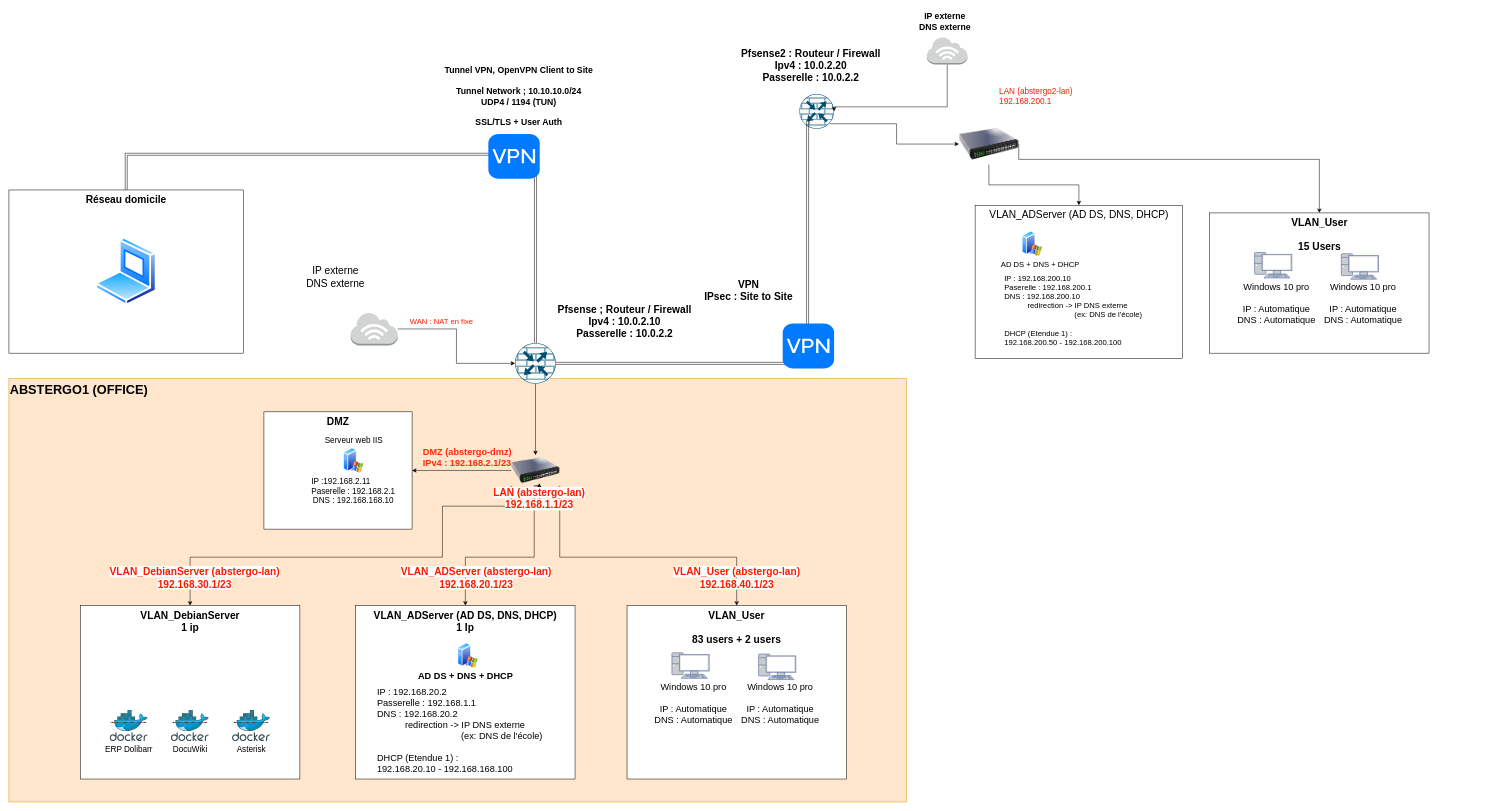
Before: New Network Architecture Abstergo.drawio in CharifMah/AbstergoAnimus, a draw.io diagram. Source tidied: cells renumbered, new cells numbered last; positions are measured from the earlier drawing's top-left corner, leaving out a move shared by most shapes. Both pictures are drawn from the tidied source at 51%, with x=0, y=0 at pixel (9, 9).
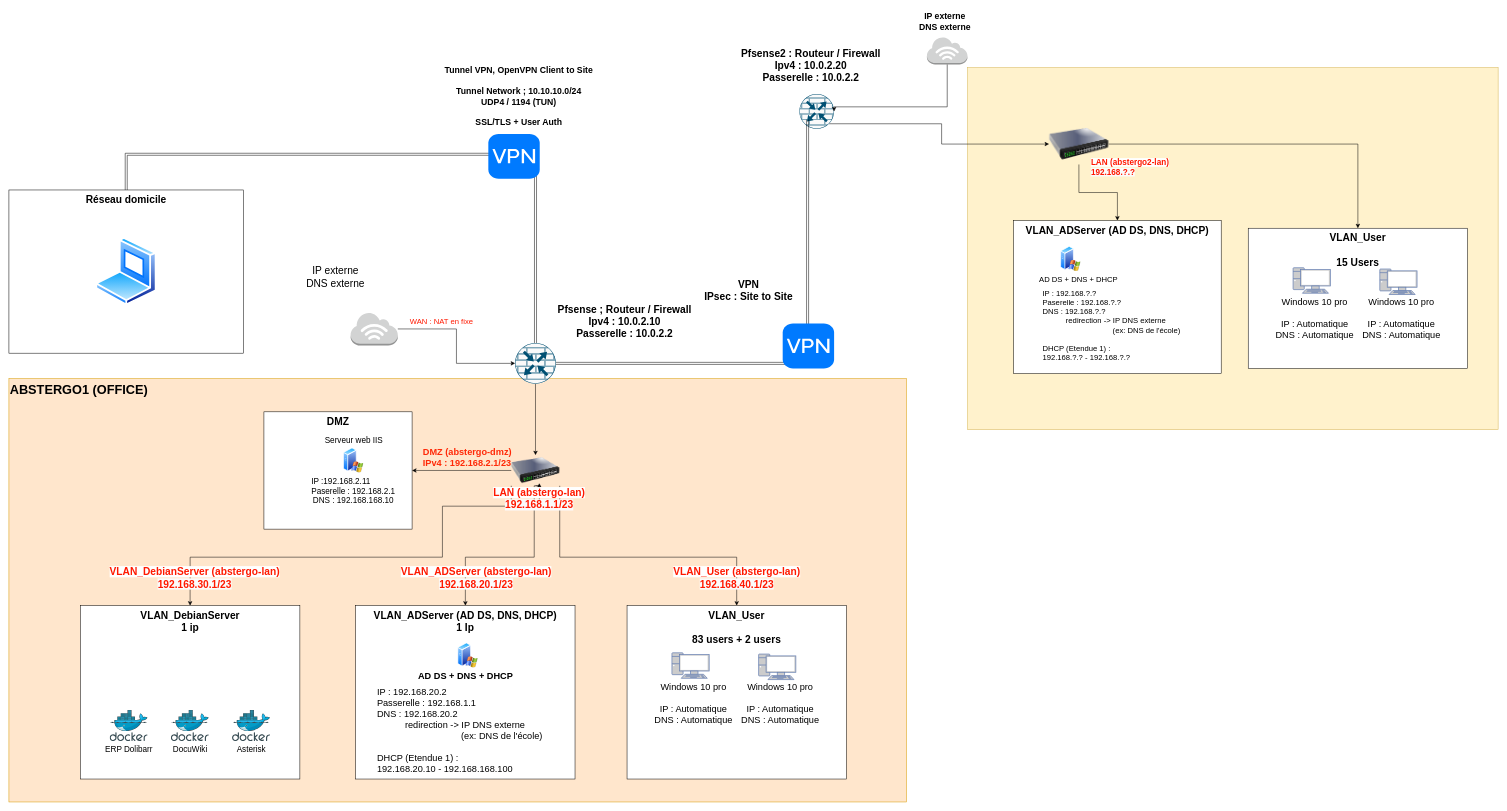
The same diagram, later.

Commit message (it also covers changes not shown here):
Mettre à jour New Network Architecture Abstergo.drawio

The edit, as a diff of the source:
```diff
@@
+    <mxCell id="65" style="rounded=0;whiteSpace=wrap;html=1;fillColor=#fff2cc;strokeColor=#d6b656;" parent="1" vertex="1">
+      <mxGeometry x="1879.5" y="115" width="1040.5" height="710" as="geometry" />
+    </mxCell>
-    <mxCell id="2" value="VLAN_ADServer (AD DS, DNS, DHCP)" style="rounded=0;whiteSpace=wrap;html=1;verticalAlign=top;fontSize=20;" parent="1" vertex="1">
-      <mxGeometry x="1894.5" y="385" width="407" height="300" as="geometry" />
+    <mxCell id="2" value="&lt;b&gt;VLAN_ADServer (AD DS, DNS, DHCP)&lt;/b&gt;" style="rounded=0;whiteSpace=wrap;html=1;verticalAlign=top;fontSize=20;" parent="1" vertex="1">
+      <mxGeometry x="1970" y="415" width="407" height="300" as="geometry" />
     </mxCell>
@@
-    <mxCell id="31" style="edgeStyle=orthogonalEdgeStyle;rounded=0;jettySize=auto;html=1;exitX=1;exitY=0.5;exitDx=0;exitDy=0;entryX=0.5;entryY=0;entryDx=0;entryDy=0;" parent="1" edge="1" source="32" target="60">
-      <mxGeometry relative="1" as="geometry">
-        <Array as="points">
-          <mxPoint x="1980" y="295" />
-          <mxPoint x="2570" y="295" />
-        </Array>
-      </mxGeometry>
+    <mxCell id="31" style="edgeStyle=orthogonalEdgeStyle;rounded=0;jettySize=auto;html=1;entryX=0.5;entryY=0;entryDx=0;entryDy=0;" parent="1" edge="1" source="32" target="60">
+      <mxGeometry relative="1" as="geometry" />
     </mxCell>
     <mxCell id="32" style="image;html=1;image=img/lib/clip_art/networking/Switch_128x128.png;" parent="1" vertex="1">
-      <mxGeometry x="1863" y="225" width="117" height="80" as="geometry" />
+      <mxGeometry x="2039.5" y="225" width="117" height="80" as="geometry" />
     </mxCell>
     <mxCell id="33" style="image;perimeter=ellipsePerimeter;html=1;align=center;shadow=0;dashed=0;spacingTop=3;image=img/lib/active_directory/windows_server_2.svg;fontSize=15;" parent="1" vertex="1">
-      <mxGeometry x="1986.5" y="435" width="40" height="50" as="geometry" />
+      <mxGeometry x="2062" y="465" width="40" height="50" as="geometry" />
     </mxCell>
     <mxCell id="34" value="AD DS + DNS + DHCP&lt;br style=&quot;font-size: 15px;&quot;&gt;" style="text;html=1;align=center;verticalAlign=middle;strokeColor=none;fillColor=none;fontSize=15;" parent="1" vertex="1">
-      <mxGeometry x="1931.5" y="485" width="180" height="30" as="geometry" />
+      <mxGeometry x="2007" y="515" width="180" height="30" as="geometry" />
     </mxCell>
-    <mxCell id="35" value="IP : 192.168.200.10&lt;br style=&quot;font-size: 15px;&quot;&gt;Paserelle : 192.168.200.1&lt;br style=&quot;font-size: 15px;&quot;&gt;DNS : 192.168.200.10&lt;br style=&quot;font-size: 15px;&quot;&gt;&amp;nbsp; &amp;nbsp; &amp;nbsp; &amp;nbsp; &amp;nbsp; &amp;nbsp;redirection -&amp;gt; IP DNS externe&lt;br style=&quot;font-size: 15px;&quot;&gt;&amp;nbsp; &amp;nbsp; &amp;nbsp; &amp;nbsp; &amp;nbsp; &amp;nbsp; &amp;nbsp; &amp;nbsp; &amp;nbsp; &amp;nbsp; &amp;nbsp; &amp;nbsp; &amp;nbsp; &amp;nbsp; &amp;nbsp; &amp;nbsp; &amp;nbsp;(ex: DNS de l'école)&lt;br style=&quot;font-size: 15px;&quot;&gt;&lt;br style=&quot;font-size: 15px;&quot;&gt;DHCP (Etendue 1) :&lt;br style=&quot;font-size: 15px;&quot;&gt;192.168.200.50 - 192.168.200.100" style="text;html=1;align=left;verticalAlign=middle;strokeColor=none;fillColor=none;fontSize=15;" parent="1" vertex="1">
-      <mxGeometry x="1949.5" y="510" width="290" height="160" as="geometry" />
+    <mxCell id="35" value="IP : 192.168.?.?&lt;br style=&quot;font-size: 15px;&quot;&gt;Paserelle : 192.168.?.?&lt;br style=&quot;font-size: 15px;&quot;&gt;DNS : 192.168.?.?&lt;br style=&quot;font-size: 15px;&quot;&gt;&amp;nbsp; &amp;nbsp; &amp;nbsp; &amp;nbsp; &amp;nbsp; &amp;nbsp;redirection -&amp;gt; IP DNS externe&lt;br style=&quot;font-size: 15px;&quot;&gt;&amp;nbsp; &amp;nbsp; &amp;nbsp; &amp;nbsp; &amp;nbsp; &amp;nbsp; &amp;nbsp; &amp;nbsp; &amp;nbsp; &amp;nbsp; &amp;nbsp; &amp;nbsp; &amp;nbsp; &amp;nbsp; &amp;nbsp; &amp;nbsp; &amp;nbsp;(ex: DNS de l'école)&lt;br style=&quot;font-size: 15px;&quot;&gt;&lt;br style=&quot;font-size: 15px;&quot;&gt;DHCP (Etendue 1) :&lt;br style=&quot;font-size: 15px;&quot;&gt;192.168.?.? - 192.168.?.?" style="text;html=1;align=left;verticalAlign=middle;strokeColor=none;fillColor=none;fontSize=15;" parent="1" vertex="1">
+      <mxGeometry x="2025" y="540" width="290" height="160" as="geometry" />
     </mxCell>
-    <mxCell id="36" value="&lt;font style=&quot;font-size: 16px;&quot; color=&quot;#ff1900&quot;&gt;&lt;span style=&quot;font-family: Helvetica; font-style: normal; font-variant-ligatures: normal; font-variant-caps: normal; font-weight: 400; letter-spacing: normal; orphans: 2; text-align: center; text-indent: 0px; text-transform: none; widows: 2; word-spacing: 0px; -webkit-text-stroke-width: 0px; background-color: rgb(255, 255, 255); text-decoration-thickness: initial; text-decoration-style: initial; text-decoration-color: initial; float: none; display: inline !important;&quot;&gt;LAN (abstergo2-lan)&lt;/span&gt;&lt;br style=&quot;border-color: var(--border-color); font-family: Helvetica; font-style: normal; font-variant-ligatures: normal; font-variant-caps: normal; font-weight: 400; letter-spacing: normal; orphans: 2; text-indent: 0px; text-transform: none; widows: 2; word-spacing: 0px; -webkit-text-stroke-width: 0px; text-decoration-thickness: initial; text-decoration-style: initial; text-decoration-color: initial; text-align: left; background-color: rgb(251, 251, 251);&quot;&gt;&lt;span style=&quot;border-color: var(--border-color); font-family: Helvetica; font-style: normal; font-variant-ligatures: normal; font-variant-caps: normal; font-weight: 400; letter-spacing: normal; orphans: 2; text-indent: 0px; text-transform: none; widows: 2; word-spacing: 0px; -webkit-text-stroke-width: 0px; text-decoration-thickness: initial; text-decoration-style: initial; text-decoration-color: initial; text-align: left; background-color: rgb(251, 251, 251);&quot;&gt;192.168.200.1&lt;/span&gt;&lt;/font&gt;" style="text;whiteSpace=wrap;html=1;" parent="1" vertex="1">
-      <mxGeometry x="1940" y="145" width="150" height="60" as="geometry" />
+    <mxCell id="36" value="&lt;font style=&quot;font-size: 16px;&quot; color=&quot;#ff1900&quot;&gt;&lt;b&gt;&lt;span style=&quot;font-family: Helvetica; font-style: normal; font-variant-ligatures: normal; font-variant-caps: normal; letter-spacing: normal; orphans: 2; text-align: center; text-indent: 0px; text-transform: none; widows: 2; word-spacing: 0px; -webkit-text-stroke-width: 0px; background-color: rgb(255, 255, 255); text-decoration-thickness: initial; text-decoration-style: initial; text-decoration-color: initial; float: none; display: inline !important;&quot;&gt;LAN (abstergo2-lan)&lt;/span&gt;&lt;br style=&quot;border-color: var(--border-color); font-family: Helvetica; font-style: normal; font-variant-ligatures: normal; font-variant-caps: normal; letter-spacing: normal; orphans: 2; text-indent: 0px; text-transform: none; widows: 2; word-spacing: 0px; -webkit-text-stroke-width: 0px; text-decoration-thickness: initial; text-decoration-style: initial; text-decoration-color: initial; text-align: left; background-color: rgb(251, 251, 251);&quot;&gt;&lt;span style=&quot;border-color: var(--border-color); font-family: Helvetica; font-style: normal; font-variant-ligatures: normal; font-variant-caps: normal; letter-spacing: normal; orphans: 2; text-indent: 0px; text-transform: none; widows: 2; word-spacing: 0px; -webkit-text-stroke-width: 0px; text-decoration-thickness: initial; text-decoration-style: initial; text-decoration-color: initial; text-align: left; background-color: rgb(251, 251, 251);&quot;&gt;192.168.?.?&lt;/span&gt;&lt;/b&gt;&lt;/font&gt;" style="text;whiteSpace=wrap;html=1;" parent="1" vertex="1">
+      <mxGeometry x="2120" y="285" width="218.5" height="60" as="geometry" />
     </mxCell>
@@
     <mxCell id="60" value="&lt;font style=&quot;font-size: 20px;&quot;&gt;&lt;b&gt;VLAN_User&lt;br&gt;&lt;br&gt;15 Users&lt;br&gt;&lt;/b&gt;&lt;/font&gt;" style="rounded=0;whiteSpace=wrap;html=1;verticalAlign=top;" parent="1" vertex="1">
-      <mxGeometry x="2354.5" y="400" width="430" height="275" as="geometry" />
+      <mxGeometry x="2430" y="430" width="430" height="275" as="geometry" />
     </mxCell>
     <mxCell id="61" value="Windows 10 pro&lt;br style=&quot;font-size: 18px;&quot;&gt;&lt;br style=&quot;font-size: 18px;&quot;&gt;IP : Automatique&lt;br style=&quot;font-size: 18px;&quot;&gt;DNS : Automatique" style="text;html=1;align=center;verticalAlign=middle;strokeColor=none;fillColor=none;fontSize=18;" parent="1" vertex="1">
-      <mxGeometry x="2394.5" y="527.5" width="180" height="100" as="geometry" />
+      <mxGeometry x="2470" y="557.5" width="180" height="100" as="geometry" />
     </mxCell>
     <mxCell id="62" value="Windows 10 pro&lt;br style=&quot;font-size: 18px;&quot;&gt;&lt;br style=&quot;font-size: 18px;&quot;&gt;IP : Automatique&lt;br style=&quot;font-size: 18px;&quot;&gt;DNS : Automatique" style="text;html=1;align=center;verticalAlign=middle;strokeColor=none;fillColor=none;fontSize=18;" parent="1" vertex="1">
-      <mxGeometry x="2564.5" y="527.5" width="180" height="100" as="geometry" />
+      <mxGeometry x="2640" y="557.5" width="180" height="100" as="geometry" />
     </mxCell>
     <mxCell id="63" style="fontColor=#0066CC;verticalAlign=top;verticalLabelPosition=bottom;labelPosition=center;align=center;html=1;fillColor=#CCCCCC;strokeColor=#6881B3;gradientColor=none;gradientDirection=north;strokeWidth=2;shape=mxgraph.networks.pc;" parent="1" vertex="1">
-      <mxGeometry x="2442.5" y="477.5" width="73" height="50" as="geometry" />
+      <mxGeometry x="2518" y="507.5" width="73" height="50" as="geometry" />
     </mxCell>
     <mxCell id="64" style="fontColor=#0066CC;verticalAlign=top;verticalLabelPosition=bottom;labelPosition=center;align=center;html=1;fillColor=#CCCCCC;strokeColor=#6881B3;gradientColor=none;gradientDirection=north;strokeWidth=2;shape=mxgraph.networks.pc;" parent="1" vertex="1">
-      <mxGeometry x="2612.5" y="480" width="73" height="50" as="geometry" />
+      <mxGeometry x="2688" y="510" width="73" height="50" as="geometry" />
     </mxCell>
```
